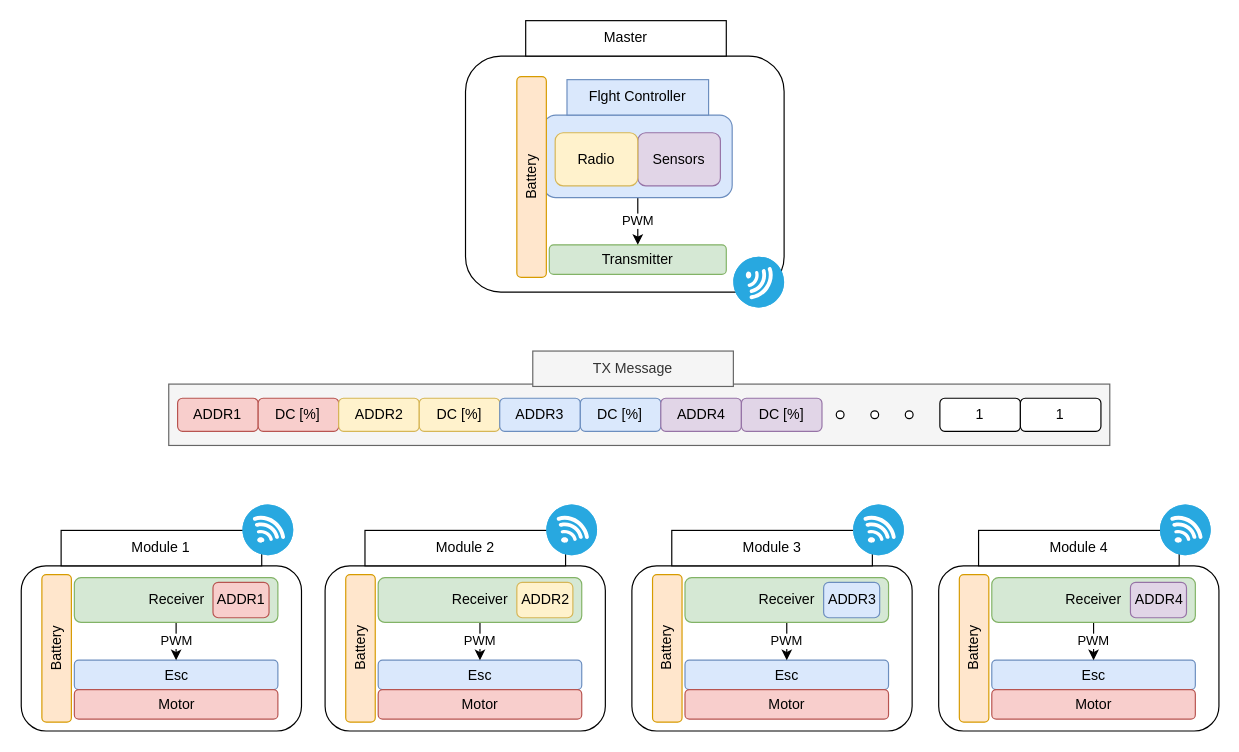
The draw.io diagram system_concept.drawio in paolofuria99/modular-drone, before the edit. Source tidied: cells renumbered, new cells numbered last; positions are measured from the earlier drawing's top-left corner, leaving out a move shared by most shapes. Both pictures are drawn from the tidied source at 118%, with x=0, y=0 at pixel (-18, 20).
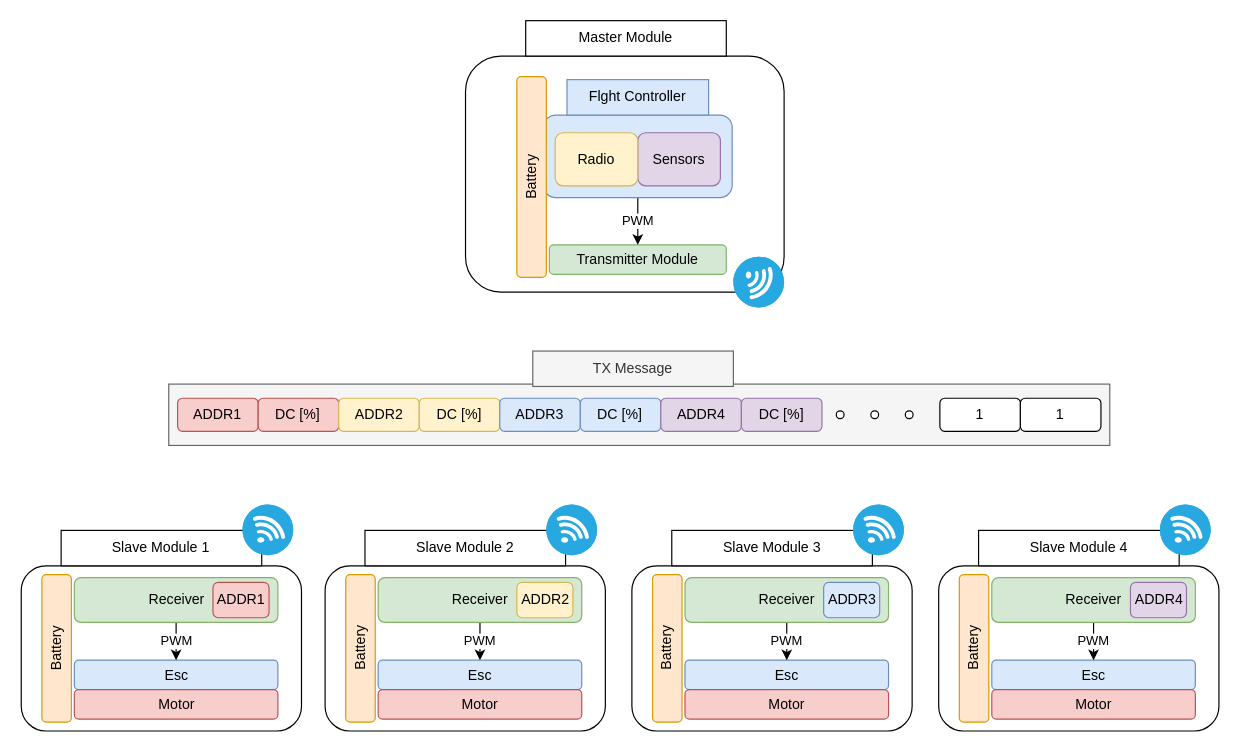
The same page after the edit.

Unchanged cells that the change refers to:
```xml
<mxCell id="29" style="group;" parent="1" vertex="1">
  <mxGeometry x="32.5" y="410" width="237.5" height="192" as="geometry" />
</mxCell>
<mxCell id="39" style="group;" parent="1" vertex="1">
  <mxGeometry x="290" y="410" width="237.5" height="192" as="geometry" />
</mxCell>
<mxCell id="49" style="group;" parent="1" vertex="1">
  <mxGeometry x="550" y="410" width="237.5" height="192" as="geometry" />
</mxCell>
<mxCell id="59" style="group;" parent="1" vertex="1">
  <mxGeometry x="810" y="410" width="237.5" height="192" as="geometry" />
</mxCell>
```

Change to the diagram source:
```diff
@@
-    <mxCell id="3" value="Master" style="rounded=0;whiteSpace=wrap;html=1;" parent="1" vertex="1">
+    <mxCell id="3" value="Master Module" style="rounded=0;whiteSpace=wrap;html=1;" parent="1" vertex="1">
       <mxGeometry x="460" width="170" height="30" as="geometry" />
     </mxCell>
@@
-    <mxCell id="5" value="Transmitter" style="rounded=1;whiteSpace=wrap;html=1;fillColor=#d5e8d4;strokeColor=#82b366;" parent="1" vertex="1">
+    <mxCell id="5" value="Transmitter Module" style="rounded=1;whiteSpace=wrap;html=1;fillColor=#d5e8d4;strokeColor=#82b366;" parent="1" vertex="1">
       <mxGeometry x="480" y="190" width="150" height="25" as="geometry" />
     </mxCell>
@@
-    <mxCell id="31" value="Module 1" style="rounded=0;whiteSpace=wrap;html=1;" parent="29" vertex="1">
+    <mxCell id="31" value="Slave Module 1" style="rounded=0;whiteSpace=wrap;html=1;" parent="29" vertex="1">
       <mxGeometry x="33.8" y="22" width="170" height="30" as="geometry" />
     </mxCell>
@@
-    <mxCell id="41" value="Module 2" style="rounded=0;whiteSpace=wrap;html=1;" parent="39" vertex="1">
+    <mxCell id="41" value="Slave Module 2" style="rounded=0;whiteSpace=wrap;html=1;" parent="39" vertex="1">
       <mxGeometry x="33.8" y="22" width="170" height="30" as="geometry" />
     </mxCell>
@@
-    <mxCell id="51" value="Module 3" style="rounded=0;whiteSpace=wrap;html=1;" parent="49" vertex="1">
+    <mxCell id="51" value="Slave Module 3" style="rounded=0;whiteSpace=wrap;html=1;" parent="49" vertex="1">
       <mxGeometry x="33.8" y="22" width="170" height="30" as="geometry" />
     </mxCell>
@@
-    <mxCell id="61" value="Module 4" style="rounded=0;whiteSpace=wrap;html=1;" parent="59" vertex="1">
+    <mxCell id="61" value="Slave Module 4" style="rounded=0;whiteSpace=wrap;html=1;" parent="59" vertex="1">
       <mxGeometry x="33.8" y="22" width="170" height="30" as="geometry" />
     </mxCell>
```
